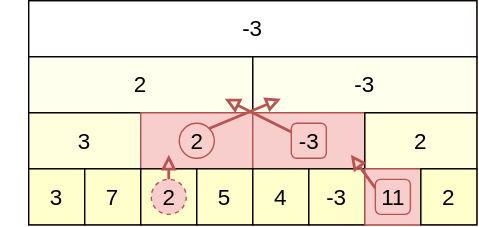
Before: source/data_structure/images/rmq_query_bottomup_cross.svg, a diagram exported from draw.io (Kyoroid/algorithm). Source tidied: cells renumbered, new cells last; positions are measured from the earlier drawing's top-left corner, leaving out a move shared by most shapes. Its diagram source:
```xml
<mxGraphModel>
  <root>
    <mxCell id="0" />
    <mxCell id="1" parent="0" />
    <mxCell id="2" value="-3" style="group;fillColor=#f8cecc;strokeColor=#b85450;" parent="1" vertex="1">
      <mxGeometry x="20" width="320" height="160" as="geometry" />
    </mxCell>
    <mxCell id="3" value="-3" style="rounded=0;whiteSpace=wrap;html=1;fontSize=16;" parent="2" vertex="1">
      <mxGeometry width="320" height="40" as="geometry" />
    </mxCell>
    <mxCell id="4" value="2" style="rounded=0;whiteSpace=wrap;html=1;fontSize=16;fillColor=#ffffee;" parent="2" vertex="1">
      <mxGeometry y="40" width="160" height="40" as="geometry" />
    </mxCell>
    <mxCell id="5" value="-3" style="rounded=0;whiteSpace=wrap;html=1;fontSize=16;fillColor=#ffffee;" parent="2" vertex="1">
      <mxGeometry x="160" y="40" width="160" height="40" as="geometry" />
    </mxCell>
    <mxCell id="6" value="3" style="rounded=0;whiteSpace=wrap;html=1;fontSize=16;fillColor=#FFFFdd;" parent="2" vertex="1">
      <mxGeometry y="80" width="80" height="40" as="geometry" />
    </mxCell>
    <mxCell id="7" style="rounded=0;whiteSpace=wrap;html=1;fontSize=16;fillColor=#f8cecc;strokeColor=#b85450;" parent="2" vertex="1">
      <mxGeometry x="80" y="80" width="80" height="40" as="geometry" />
    </mxCell>
    <mxCell id="8" style="rounded=0;whiteSpace=wrap;html=1;fontSize=16;fillColor=#f8cecc;strokeColor=#b85450;" parent="2" vertex="1">
      <mxGeometry x="160" y="80" width="80" height="40" as="geometry" />
    </mxCell>
    <mxCell id="9" value="2" style="rounded=0;whiteSpace=wrap;html=1;fontSize=16;fillColor=#FFFFdd;" parent="2" vertex="1">
      <mxGeometry x="240" y="80" width="80" height="40" as="geometry" />
    </mxCell>
    <mxCell id="10" value="3" style="rounded=0;whiteSpace=wrap;html=1;fontSize=16;fillColor=#FFFFcc;" parent="2" vertex="1">
      <mxGeometry y="120" width="40" height="40" as="geometry" />
    </mxCell>
    <mxCell id="11" value="7" style="rounded=0;whiteSpace=wrap;html=1;fontSize=16;fillColor=#FFFFcc;" parent="2" vertex="1">
      <mxGeometry x="40" y="120" width="40" height="40" as="geometry" />
    </mxCell>
    <mxCell id="12" style="rounded=0;whiteSpace=wrap;html=1;fontSize=16;fillColor=#FFFFcc;" parent="2" vertex="1">
      <mxGeometry x="80" y="120" width="40" height="40" as="geometry" />
    </mxCell>
    <mxCell id="13" value="5" style="rounded=0;whiteSpace=wrap;html=1;fontSize=16;fillColor=#FFFFcc;" parent="2" vertex="1">
      <mxGeometry x="120" y="120" width="40" height="40" as="geometry" />
    </mxCell>
    <mxCell id="14" value="4" style="rounded=0;whiteSpace=wrap;html=1;fontSize=16;fillColor=#FFFFcc;" parent="2" vertex="1">
      <mxGeometry x="160" y="120" width="40" height="40" as="geometry" />
    </mxCell>
    <mxCell id="15" value="-3" style="rounded=0;whiteSpace=wrap;html=1;fontSize=16;fillColor=#FFFFcc;" parent="2" vertex="1">
      <mxGeometry x="200" y="120" width="40" height="40" as="geometry" />
    </mxCell>
    <mxCell id="16" style="rounded=0;whiteSpace=wrap;html=1;fontSize=16;fillColor=#f8cecc;strokeColor=#b85450;" parent="2" vertex="1">
      <mxGeometry x="240" y="120" width="40" height="40" as="geometry" />
    </mxCell>
    <mxCell id="17" value="2" style="rounded=0;whiteSpace=wrap;html=1;fontSize=16;fillColor=#FFFFcc;" parent="2" vertex="1">
      <mxGeometry x="280" y="120" width="40" height="40" as="geometry" />
    </mxCell>
    <mxCell id="18" style="group;" parent="2" vertex="1">
      <mxGeometry x="-20" y="30" width="292.5" height="122.5" as="geometry" />
    </mxCell>
    <mxCell id="19" value="-3" style="rounded=1;whiteSpace=wrap;html=1;fillColor=#f8cecc;fontSize=16;strokeColor=#b85450;" parent="18" vertex="1">
      <mxGeometry x="207.5" y="57.5" width="25" height="25" as="geometry" />
    </mxCell>
    <mxCell id="20" style="edgeStyle=none;rounded=0;jettySize=auto;html=1;exitX=0;exitY=0.25;exitDx=0;exitDy=0;entryX=0.875;entryY=0.75;entryDx=0;entryDy=0;entryPerimeter=0;endArrow=block;endFill=0;strokeWidth=2;fontSize=16;fillColor=#f8cecc;strokeColor=#b85450;" parent="18" edge="1" source="19">
      <mxGeometry relative="1" as="geometry">
        <mxPoint x="160" y="40" as="targetPoint" />
      </mxGeometry>
    </mxCell>
    <mxCell id="21" style="edgeStyle=none;rounded=0;jettySize=auto;html=1;exitX=0;exitY=0.25;exitDx=0;exitDy=0;entryX=0.875;entryY=0.75;entryDx=0;entryDy=0;entryPerimeter=0;endArrow=block;endFill=0;strokeWidth=2;fontSize=16;fillColor=#f8cecc;strokeColor=#b85450;" parent="18" edge="1" source="22">
      <mxGeometry relative="1" as="geometry">
        <mxPoint x="250" y="80" as="targetPoint" />
      </mxGeometry>
    </mxCell>
    <mxCell id="22" value="11" style="rounded=1;whiteSpace=wrap;html=1;fillColor=#f8cecc;fontSize=16;strokeColor=#b85450;" parent="18" vertex="1">
      <mxGeometry x="267.5" y="97.5" width="25" height="25" as="geometry" />
    </mxCell>
    <mxCell id="23" value="2" style="ellipse;whiteSpace=wrap;html=1;fontSize=16;fillColor=#f8cecc;strokeColor=#b85450;dashed=1;" parent="2" vertex="1">
      <mxGeometry x="87.5" y="127.5" width="25" height="25" as="geometry" />
    </mxCell>
    <mxCell id="24" style="edgeStyle=none;rounded=0;jettySize=auto;html=1;exitX=1;exitY=0;exitDx=0;exitDy=0;strokeWidth=2;fontSize=16;fillColor=#f8cecc;strokeColor=#b85450;endArrow=block;endFill=0;entryX=0.125;entryY=0.75;entryDx=0;entryDy=0;entryPerimeter=0;" parent="2" edge="1" source="25" target="5">
      <mxGeometry relative="1" as="geometry" />
    </mxCell>
    <mxCell id="25" value="2" style="ellipse;whiteSpace=wrap;html=1;fontSize=16;fillColor=#f8cecc;strokeColor=#b85450;" parent="2" vertex="1">
      <mxGeometry x="107.5" y="87.5" width="25" height="25" as="geometry" />
    </mxCell>
    <mxCell id="26" style="rounded=0;jettySize=auto;html=1;exitX=0.5;exitY=0;exitDx=0;exitDy=0;fontSize=16;strokeWidth=2;fillColor=#f8cecc;strokeColor=#b85450;endArrow=block;endFill=0;entryX=0.25;entryY=0.75;entryDx=0;entryDy=0;entryPerimeter=0;" parent="2" edge="1" source="23" target="7">
      <mxGeometry relative="1" as="geometry" />
    </mxCell>
  </root>
</mxGraphModel>
```
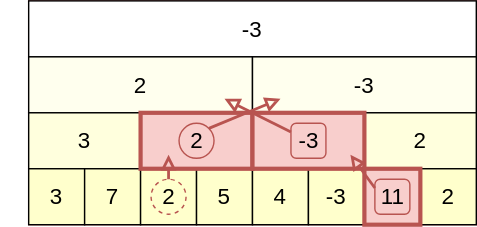
After the change.

What changed in the source:
```diff
@@ -17,69 +17,72 @@
     <mxCell id="6" value="3" style="rounded=0;whiteSpace=wrap;html=1;fontSize=16;fillColor=#FFFFdd;" parent="2" vertex="1">
       <mxGeometry y="80" width="80" height="40" as="geometry" />
     </mxCell>
-    <mxCell id="7" style="rounded=0;whiteSpace=wrap;html=1;fontSize=16;fillColor=#f8cecc;strokeColor=#b85450;" parent="2" vertex="1">
-      <mxGeometry x="80" y="80" width="80" height="40" as="geometry" />
+    <mxCell id="7" value="2" style="rounded=0;whiteSpace=wrap;html=1;fontSize=16;fillColor=#FFFFdd;" parent="2" vertex="1">
+      <mxGeometry x="240" y="80" width="80" height="40" as="geometry" />
     </mxCell>
-    <mxCell id="8" style="rounded=0;whiteSpace=wrap;html=1;fontSize=16;fillColor=#f8cecc;strokeColor=#b85450;" parent="2" vertex="1">
-      <mxGeometry x="160" y="80" width="80" height="40" as="geometry" />
+    <mxCell id="8" value="3" style="rounded=0;whiteSpace=wrap;html=1;fontSize=16;fillColor=#FFFFcc;" parent="2" vertex="1">
+      <mxGeometry y="120" width="40" height="40" as="geometry" />
     </mxCell>
-    <mxCell id="9" value="2" style="rounded=0;whiteSpace=wrap;html=1;fontSize=16;fillColor=#FFFFdd;" parent="2" vertex="1">
-      <mxGeometry x="240" y="80" width="80" height="40" as="geometry" />
+    <mxCell id="9" value="7" style="rounded=0;whiteSpace=wrap;html=1;fontSize=16;fillColor=#FFFFcc;" parent="2" vertex="1">
+      <mxGeometry x="40" y="120" width="40" height="40" as="geometry" />
     </mxCell>
-    <mxCell id="10" value="3" style="rounded=0;whiteSpace=wrap;html=1;fontSize=16;fillColor=#FFFFcc;" parent="2" vertex="1">
-      <mxGeometry y="120" width="40" height="40" as="geometry" />
+    <mxCell id="10" style="rounded=0;whiteSpace=wrap;html=1;fontSize=16;fillColor=#FFFFcc;" parent="2" vertex="1">
+      <mxGeometry x="80" y="120" width="40" height="40" as="geometry" />
     </mxCell>
-    <mxCell id="11" value="7" style="rounded=0;whiteSpace=wrap;html=1;fontSize=16;fillColor=#FFFFcc;" parent="2" vertex="1">
-      <mxGeometry x="40" y="120" width="40" height="40" as="geometry" />
+    <mxCell id="11" value="5" style="rounded=0;whiteSpace=wrap;html=1;fontSize=16;fillColor=#FFFFcc;" parent="2" vertex="1">
+      <mxGeometry x="120" y="120" width="40" height="40" as="geometry" />
     </mxCell>
-    <mxCell id="12" style="rounded=0;whiteSpace=wrap;html=1;fontSize=16;fillColor=#FFFFcc;" parent="2" vertex="1">
-      <mxGeometry x="80" y="120" width="40" height="40" as="geometry" />
+    <mxCell id="12" value="4" style="rounded=0;whiteSpace=wrap;html=1;fontSize=16;fillColor=#FFFFcc;" parent="2" vertex="1">
+      <mxGeometry x="160" y="120" width="40" height="40" as="geometry" />
     </mxCell>
-    <mxCell id="13" value="5" style="rounded=0;whiteSpace=wrap;html=1;fontSize=16;fillColor=#FFFFcc;" parent="2" vertex="1">
-      <mxGeometry x="120" y="120" width="40" height="40" as="geometry" />
+    <mxCell id="13" value="-3" style="rounded=0;whiteSpace=wrap;html=1;fontSize=16;fillColor=#FFFFcc;" parent="2" vertex="1">
+      <mxGeometry x="200" y="120" width="40" height="40" as="geometry" />
     </mxCell>
-    <mxCell id="14" value="4" style="rounded=0;whiteSpace=wrap;html=1;fontSize=16;fillColor=#FFFFcc;" parent="2" vertex="1">
-      <mxGeometry x="160" y="120" width="40" height="40" as="geometry" />
+    <mxCell id="14" value="2" style="rounded=0;whiteSpace=wrap;html=1;fontSize=16;fillColor=#FFFFcc;" parent="2" vertex="1">
+      <mxGeometry x="280" y="120" width="40" height="40" as="geometry" />
     </mxCell>
-    <mxCell id="15" value="-3" style="rounded=0;whiteSpace=wrap;html=1;fontSize=16;fillColor=#FFFFcc;" parent="2" vertex="1">
-      <mxGeometry x="200" y="120" width="40" height="40" as="geometry" />
+    <mxCell id="15" style="rounded=0;whiteSpace=wrap;html=1;fontSize=16;fillColor=#f8cecc;strokeColor=#b85450;strokeWidth=3;" parent="2" vertex="1">
+      <mxGeometry x="80" y="80" width="80" height="40" as="geometry" />
     </mxCell>
-    <mxCell id="16" style="rounded=0;whiteSpace=wrap;html=1;fontSize=16;fillColor=#f8cecc;strokeColor=#b85450;" parent="2" vertex="1">
-      <mxGeometry x="240" y="120" width="40" height="40" as="geometry" />
+    <mxCell id="16" style="rounded=0;whiteSpace=wrap;html=1;fontSize=16;fillColor=#f8cecc;strokeColor=#b85450;strokeWidth=3;" parent="2" vertex="1">
+      <mxGeometry x="160" y="80" width="80" height="40" as="geometry" />
     </mxCell>
-    <mxCell id="17" value="2" style="rounded=0;whiteSpace=wrap;html=1;fontSize=16;fillColor=#FFFFcc;" parent="2" vertex="1">
-      <mxGeometry x="280" y="120" width="40" height="40" as="geometry" />
+    <mxCell id="17" style="rounded=0;whiteSpace=wrap;html=1;fontSize=16;fillColor=#f8cecc;strokeColor=#b85450;strokeWidth=3;" parent="2" vertex="1">
+      <mxGeometry x="240" y="120" width="40" height="40" as="geometry" />
     </mxCell>
-    <mxCell id="18" style="group;" parent="2" vertex="1">
-      <mxGeometry x="-20" y="30" width="292.5" height="122.5" as="geometry" />
+    <mxCell id="18" style="edgeStyle=none;rounded=0;jettySize=auto;html=1;exitX=1;exitY=0;exitDx=0;exitDy=0;strokeWidth=2;fontSize=16;fillColor=#f8cecc;strokeColor=#b85450;endArrow=block;endFill=0;entryX=0.125;entryY=0.75;entryDx=0;entryDy=0;entryPerimeter=0;" parent="2" edge="1" source="20" target="5">
+      <mxGeometry relative="1" as="geometry" />
     </mxCell>
-    <mxCell id="19" value="-3" style="rounded=1;whiteSpace=wrap;html=1;fillColor=#f8cecc;fontSize=16;strokeColor=#b85450;" parent="18" vertex="1">
-      <mxGeometry x="207.5" y="57.5" width="25" height="25" as="geometry" />
+    <mxCell id="19" style="group;" parent="2" vertex="1">
+      <mxGeometry x="87.5" y="90" width="45" height="65" as="geometry" />
     </mxCell>
-    <mxCell id="20" style="edgeStyle=none;rounded=0;jettySize=auto;html=1;exitX=0;exitY=0.25;exitDx=0;exitDy=0;entryX=0.875;entryY=0.75;entryDx=0;entryDy=0;entryPerimeter=0;endArrow=block;endFill=0;strokeWidth=2;fontSize=16;fillColor=#f8cecc;strokeColor=#b85450;" parent="18" edge="1" source="19">
-      <mxGeometry relative="1" as="geometry">
-        <mxPoint x="160" y="40" as="targetPoint" />
-      </mxGeometry>
+    <mxCell id="20" value="2" style="ellipse;whiteSpace=wrap;html=1;fontSize=16;fillColor=none;strokeColor=#b85450;" parent="19" vertex="1">
+      <mxGeometry x="20" y="-2.5" width="25" height="25" as="geometry" />
     </mxCell>
-    <mxCell id="21" style="edgeStyle=none;rounded=0;jettySize=auto;html=1;exitX=0;exitY=0.25;exitDx=0;exitDy=0;entryX=0.875;entryY=0.75;entryDx=0;entryDy=0;entryPerimeter=0;endArrow=block;endFill=0;strokeWidth=2;fontSize=16;fillColor=#f8cecc;strokeColor=#b85450;" parent="18" edge="1" source="22">
-      <mxGeometry relative="1" as="geometry">
-        <mxPoint x="250" y="80" as="targetPoint" />
-      </mxGeometry>
+    <mxCell id="21" value="2" style="ellipse;whiteSpace=wrap;html=1;fontSize=16;fillColor=none;strokeColor=#b85450;dashed=1;" parent="2" vertex="1">
+      <mxGeometry x="87.5" y="127.5" width="25" height="25" as="geometry" />
     </mxCell>
-    <mxCell id="22" value="11" style="rounded=1;whiteSpace=wrap;html=1;fillColor=#f8cecc;fontSize=16;strokeColor=#b85450;" parent="18" vertex="1">
-      <mxGeometry x="267.5" y="97.5" width="25" height="25" as="geometry" />
+    <mxCell id="22" style="rounded=0;jettySize=auto;html=1;exitX=0.5;exitY=0;exitDx=0;exitDy=0;fontSize=16;strokeWidth=2;fillColor=#f8cecc;strokeColor=#b85450;endArrow=block;endFill=0;entryX=0.25;entryY=0.75;entryDx=0;entryDy=0;entryPerimeter=0;" parent="2" edge="1" source="21" target="15">
+      <mxGeometry relative="1" as="geometry" />
     </mxCell>
-    <mxCell id="23" value="2" style="ellipse;whiteSpace=wrap;html=1;fontSize=16;fillColor=#f8cecc;strokeColor=#b85450;dashed=1;" parent="2" vertex="1">
-      <mxGeometry x="87.5" y="127.5" width="25" height="25" as="geometry" />
+    <mxCell id="23" style="group;" parent="2" vertex="1">
+      <mxGeometry x="-20" y="30" width="292.5" height="122.5" as="geometry" />
     </mxCell>
-    <mxCell id="24" style="edgeStyle=none;rounded=0;jettySize=auto;html=1;exitX=1;exitY=0;exitDx=0;exitDy=0;strokeWidth=2;fontSize=16;fillColor=#f8cecc;strokeColor=#b85450;endArrow=block;endFill=0;entryX=0.125;entryY=0.75;entryDx=0;entryDy=0;entryPerimeter=0;" parent="2" edge="1" source="25" target="5">
-      <mxGeometry relative="1" as="geometry" />
+    <mxCell id="24" value="-3" style="rounded=1;whiteSpace=wrap;html=1;fillColor=none;fontSize=16;strokeColor=#b85450;" parent="23" vertex="1">
+      <mxGeometry x="207.5" y="57.5" width="25" height="25" as="geometry" />
     </mxCell>
-    <mxCell id="25" value="2" style="ellipse;whiteSpace=wrap;html=1;fontSize=16;fillColor=#f8cecc;strokeColor=#b85450;" parent="2" vertex="1">
-      <mxGeometry x="107.5" y="87.5" width="25" height="25" as="geometry" />
+    <mxCell id="25" style="edgeStyle=none;rounded=0;jettySize=auto;html=1;exitX=0;exitY=0.25;exitDx=0;exitDy=0;entryX=0.875;entryY=0.75;entryDx=0;entryDy=0;entryPerimeter=0;endArrow=block;endFill=0;strokeWidth=2;fontSize=16;fillColor=#f8cecc;strokeColor=#b85450;" parent="23" edge="1" source="24">
+      <mxGeometry relative="1" as="geometry">
+        <mxPoint x="160" y="40" as="targetPoint" />
+      </mxGeometry>
     </mxCell>
-    <mxCell id="26" style="rounded=0;jettySize=auto;html=1;exitX=0.5;exitY=0;exitDx=0;exitDy=0;fontSize=16;strokeWidth=2;fillColor=#f8cecc;strokeColor=#b85450;endArrow=block;endFill=0;entryX=0.25;entryY=0.75;entryDx=0;entryDy=0;entryPerimeter=0;" parent="2" edge="1" source="23" target="7">
-      <mxGeometry relative="1" as="geometry" />
+    <mxCell id="26" style="edgeStyle=none;rounded=0;jettySize=auto;html=1;exitX=0;exitY=0.25;exitDx=0;exitDy=0;entryX=0.875;entryY=0.75;entryDx=0;entryDy=0;entryPerimeter=0;endArrow=block;endFill=0;strokeWidth=2;fontSize=16;fillColor=#f8cecc;strokeColor=#b85450;" parent="23" edge="1" source="27">
+      <mxGeometry relative="1" as="geometry">
+        <mxPoint x="250" y="80" as="targetPoint" />
+      </mxGeometry>
     </mxCell>
+    <mxCell id="27" value="11" style="rounded=1;whiteSpace=wrap;html=1;fillColor=none;fontSize=16;strokeColor=#b85450;" parent="23" vertex="1">
+      <mxGeometry x="267.5" y="97.5" width="25" height="25" as="geometry" />
+    </mxCell>
   </root>
 </mxGraphModel>
```
